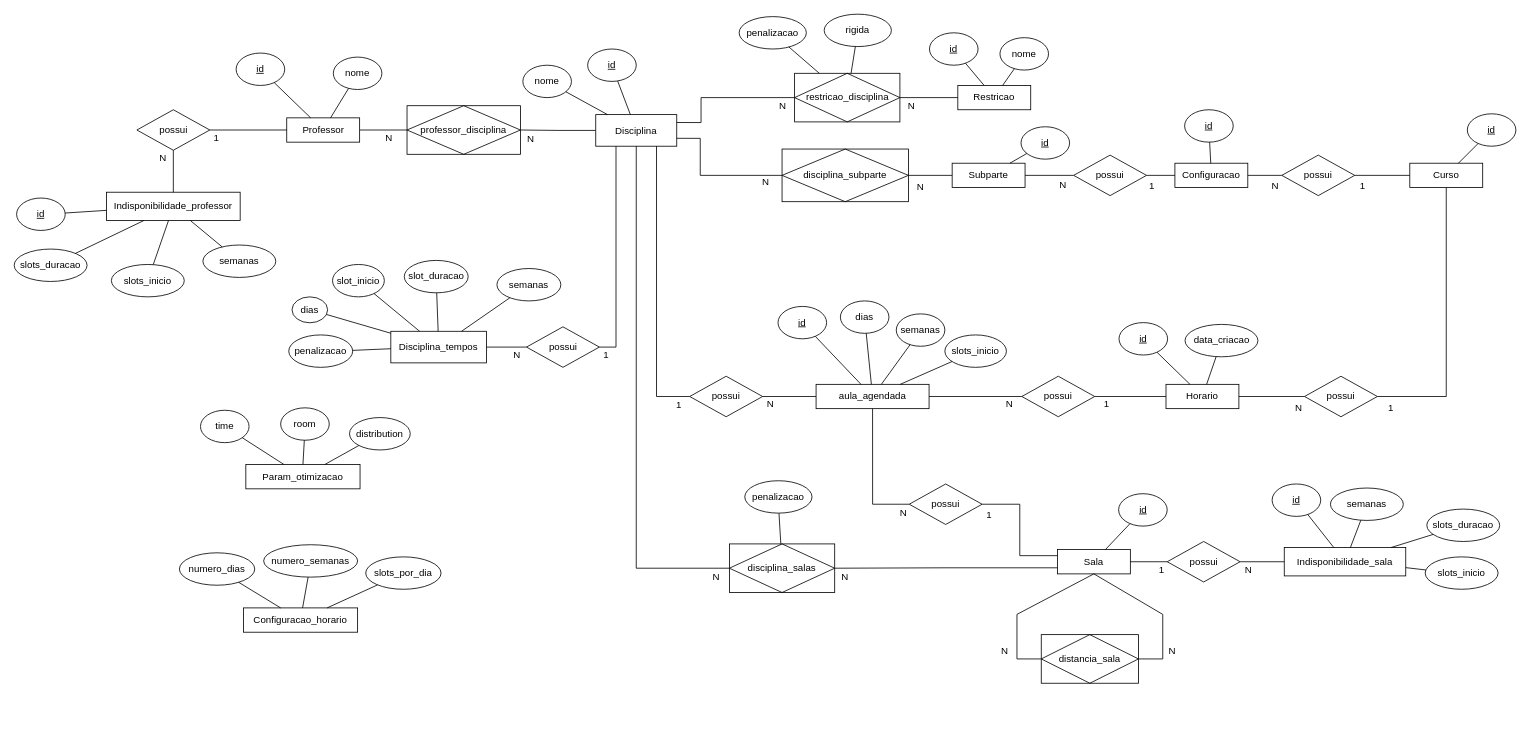
Above: diagramas/base_dados_agendamento.drawio in RRamos19/Master-Thesis (draw.io), before the change. Source tidied: cells renumbered, new cells numbered last; positions are measured from the earlier drawing's top-left corner, leaving out a move shared by most shapes. Both pictures are drawn from the tidied source at 81%, with x=0, y=0 at pixel (14, 14).
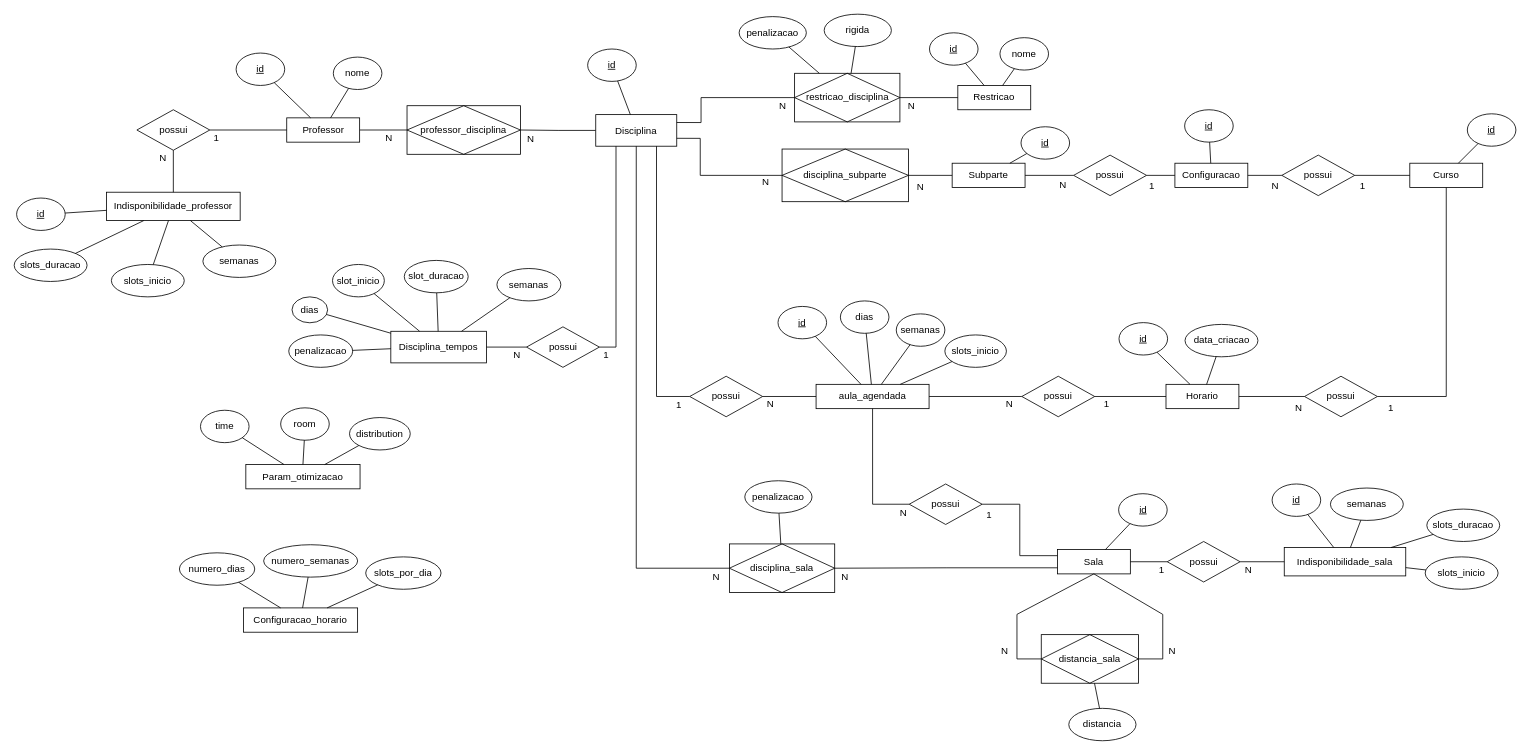
The same diagram, later.

Commit message (it also covers changes not shown here):
Correction of the diagram and conversion to SQL.

Unchanged cells that the change refers to:
```xml
<mxCell id="16" value="Disciplina" style="rounded=0;whiteSpace=wrap;html=1;" parent="1" vertex="1">
  <mxGeometry x="718" y="124" width="100" height="39" as="geometry" />
</mxCell>
<mxCell id="53" value="distancia_sala" style="shape=associativeEntity;whiteSpace=wrap;html=1;align=center;" parent="1" vertex="1">
  <mxGeometry x="1268" y="766" width="120" height="60" as="geometry" />
</mxCell>
```

What changed in the source:
```diff
@@
-    <mxCell id="17" value="nome" style="ellipse;whiteSpace=wrap;html=1;" parent="1" vertex="1">
-      <mxGeometry x="628" y="63" width="60" height="40" as="geometry" />
-    </mxCell>
@@
-    <mxCell id="19" style="endArrow=none;html=1;rounded=0;" parent="1" edge="1" source="17" target="16">
-      <mxGeometry relative="1" as="geometry" />
-    </mxCell>
@@
-    <mxCell id="146" value="disciplina_salas" style="shape=associativeEntity;whiteSpace=wrap;html=1;align=center;" parent="1" vertex="1">
+    <mxCell id="146" value="disciplina_sala" style="shape=associativeEntity;whiteSpace=wrap;html=1;align=center;" parent="1" vertex="1">
       <mxGeometry x="883" y="654" width="130" height="60" as="geometry" />
     </mxCell>
@@
+    <mxCell id="162" value="distancia" style="ellipse;whiteSpace=wrap;html=1;" parent="1" vertex="1">
+      <mxGeometry x="1302" y="857" width="83" height="40" as="geometry" />
+    </mxCell>
+    <mxCell id="163" style="endArrow=none;html=1;rounded=0;" parent="1" edge="1" source="162" target="53">
+      <mxGeometry relative="1" as="geometry" />
+    </mxCell>
```
